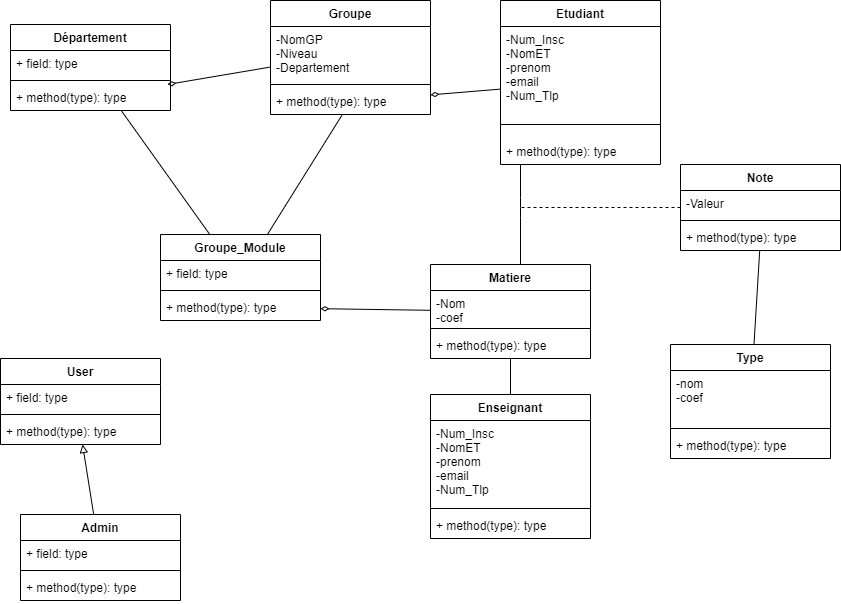
The draw.io diagram Diag.drawio.png in malouu/Diag_JEE, before a commit. Source tidied: cells renumbered, new cells last; positions are measured from the earlier drawing's top-left corner, leaving out a move shared by most shapes.
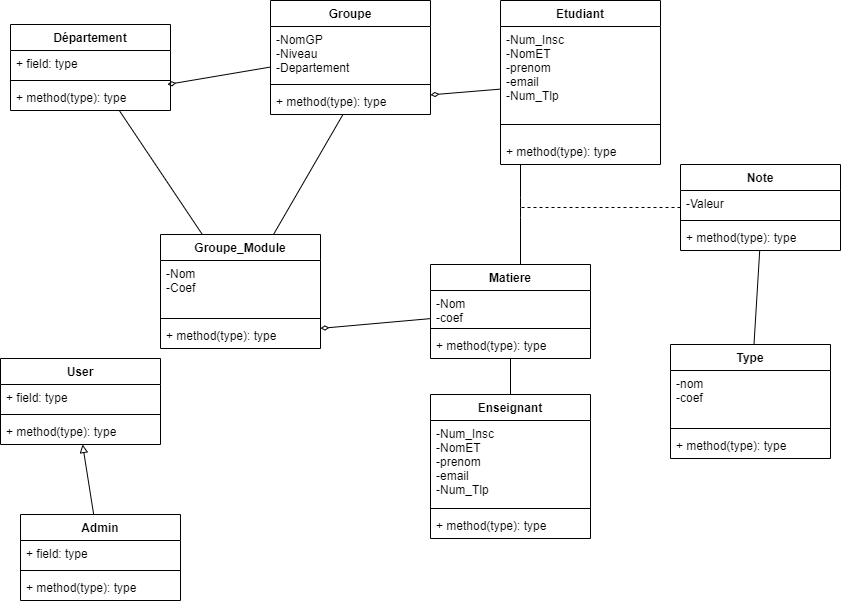
The same file after the commit.

Change to the diagram source:
```diff
@@ -65,16 +65,16 @@
       <mxGeometry relative="1" as="geometry" />
     </mxCell>
     <mxCell id="22" value="Groupe_Module" style="swimlane;fontStyle=1;align=center;verticalAlign=top;horizontal=1;startSize=26;" parent="1" vertex="1">
-      <mxGeometry x="160" y="234" width="160" height="86" as="geometry" />
+      <mxGeometry x="160" y="234" width="160" height="114" as="geometry" />
     </mxCell>
-    <mxCell id="23" value="+ field: type" style="text;strokeColor=none;fillColor=none;align=left;verticalAlign=top;spacingLeft=4;spacingRight=4;overflow=hidden;" parent="22" vertex="1">
-      <mxGeometry y="26" width="160" height="26" as="geometry" />
+    <mxCell id="23" value="-Nom&#10;-Coef" style="text;strokeColor=none;fillColor=none;align=left;verticalAlign=top;spacingLeft=4;spacingRight=4;overflow=hidden;" parent="22" vertex="1">
+      <mxGeometry y="26" width="160" height="54" as="geometry" />
     </mxCell>
     <mxCell id="24" style="line;strokeWidth=1;fillColor=none;align=left;verticalAlign=middle;spacingTop=-1;spacingLeft=3;spacingRight=3;labelPosition=right;" parent="22" vertex="1">
-      <mxGeometry y="52" width="160" height="8" as="geometry" />
+      <mxGeometry y="80" width="160" height="8" as="geometry" />
     </mxCell>
     <mxCell id="25" value="+ method(type): type" style="text;strokeColor=none;fillColor=none;align=left;verticalAlign=top;spacingLeft=4;spacingRight=4;overflow=hidden;points=[[0,0.5],[1,0.5]];portConstraint=eastwest;" parent="22" vertex="1">
-      <mxGeometry y="60" width="160" height="26" as="geometry" />
+      <mxGeometry y="88" width="160" height="26" as="geometry" />
     </mxCell>
     <mxCell id="26" style="edgeStyle=none;html=1;endArrow=diamondThin;endFill=0;" parent="1" edge="1" source="28" target="25">
       <mxGeometry relative="1" as="geometry" />
```
